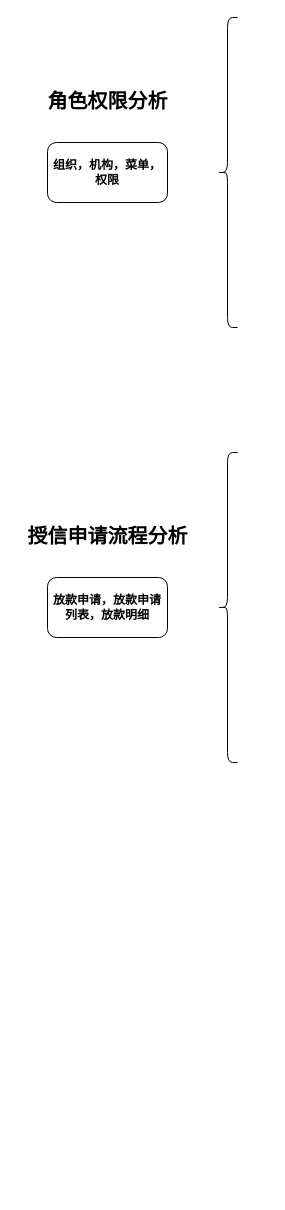
This is 宇信授信系统.drawio from yujiabin-fooler/java-architecture-diagram, a draw.io file, before an edit. Source tidied: cells renumbered, new cells numbered last; positions are measured from the earlier drawing's top-left corner, leaving out a move shared by most shapes. Both pictures are drawn from the tidied source at 100%, with x=0, y=0 at pixel (17, 17).
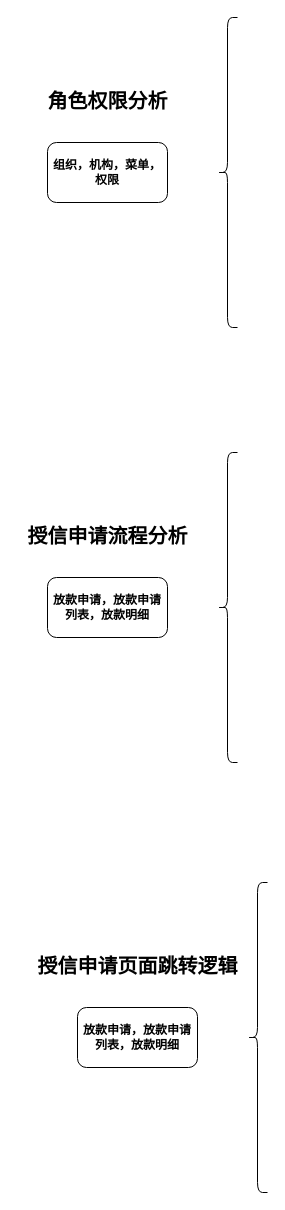
The same page after the edit.

Commit message:
更新宇信授信系统.drawio

Change to the diagram source:
```diff
@@
 <mxGraphModel>
   <root>
     <mxCell id="0" />
     <mxCell id="1" parent="0" />
     <mxCell id="2" value="&lt;b&gt;&lt;font style=&quot;font-size: 20px;&quot;&gt;角色权限分析&lt;/font&gt;&lt;/b&gt;&lt;div&gt;&lt;b&gt;&lt;font style=&quot;font-size: 20px;&quot;&gt;&lt;br&gt;&lt;/font&gt;&lt;/b&gt;&lt;/div&gt;&lt;div&gt;&lt;b&gt;&lt;font style=&quot;font-size: 20px;&quot;&gt;&lt;br&gt;&lt;/font&gt;&lt;/b&gt;&lt;/div&gt;&lt;div&gt;&lt;br&gt;&lt;/div&gt;" style="text;html=1;align=center;verticalAlign=middle;strokeColor=none;fillColor=none;" parent="1" vertex="1">
       <mxGeometry x="20" y="65" width="140" height="100" as="geometry" />
     </mxCell>
     <mxCell id="3" value="&lt;b&gt;组织，机构，菜单，权限&lt;/b&gt;" style="rounded=1;whiteSpace=wrap;html=1;" parent="1" vertex="1">
       <mxGeometry x="30" y="125" width="120" height="60" as="geometry" />
     </mxCell>
     <mxCell id="4" style="shape=curlyBracket;whiteSpace=wrap;html=1;rounded=1;labelPosition=left;verticalLabelPosition=middle;align=right;verticalAlign=middle;" parent="1" vertex="1">
       <mxGeometry x="200" width="20" height="310" as="geometry" />
     </mxCell>
     <mxCell id="5" value="&lt;b&gt;&lt;font style=&quot;font-size: 20px;&quot;&gt;授信申请流程分析&lt;/font&gt;&lt;/b&gt;&lt;div&gt;&lt;b&gt;&lt;font style=&quot;font-size: 20px;&quot;&gt;&lt;br&gt;&lt;/font&gt;&lt;/b&gt;&lt;/div&gt;&lt;div&gt;&lt;b&gt;&lt;font style=&quot;font-size: 20px;&quot;&gt;&lt;br&gt;&lt;/font&gt;&lt;/b&gt;&lt;/div&gt;&lt;div&gt;&lt;br&gt;&lt;/div&gt;" style="text;html=1;align=center;verticalAlign=middle;strokeColor=none;fillColor=none;" parent="1" vertex="1">
       <mxGeometry y="500" width="180" height="100" as="geometry" />
     </mxCell>
     <mxCell id="6" value="&lt;b&gt;放款申请，放款申请列表，放款明细&lt;/b&gt;" style="rounded=1;whiteSpace=wrap;html=1;" parent="1" vertex="1">
       <mxGeometry x="30" y="560" width="120" height="60" as="geometry" />
     </mxCell>
     <mxCell id="7" style="shape=curlyBracket;whiteSpace=wrap;html=1;rounded=1;labelPosition=left;verticalLabelPosition=middle;align=right;verticalAlign=middle;" parent="1" vertex="1">
       <mxGeometry x="200" y="435" width="20" height="310" as="geometry" />
     </mxCell>
+    <mxCell id="8" value="&lt;b&gt;&lt;font style=&quot;font-size: 20px;&quot;&gt;授信申请页面跳转逻辑&lt;/font&gt;&lt;/b&gt;&lt;div&gt;&lt;b&gt;&lt;font style=&quot;font-size: 20px;&quot;&gt;&lt;br&gt;&lt;/font&gt;&lt;/b&gt;&lt;/div&gt;&lt;div&gt;&lt;b&gt;&lt;font style=&quot;font-size: 20px;&quot;&gt;&lt;br&gt;&lt;/font&gt;&lt;/b&gt;&lt;/div&gt;&lt;div&gt;&lt;br&gt;&lt;/div&gt;" style="text;html=1;align=center;verticalAlign=middle;strokeColor=none;fillColor=none;" parent="1" vertex="1">
+      <mxGeometry x="10" y="930" width="220" height="100" as="geometry" />
+    </mxCell>
+    <mxCell id="9" value="&lt;b&gt;放款申请，放款申请列表，放款明细&lt;/b&gt;" style="rounded=1;whiteSpace=wrap;html=1;" parent="1" vertex="1">
+      <mxGeometry x="60" y="990" width="120" height="60" as="geometry" />
+    </mxCell>
+    <mxCell id="10" style="shape=curlyBracket;whiteSpace=wrap;html=1;rounded=1;labelPosition=left;verticalLabelPosition=middle;align=right;verticalAlign=middle;" parent="1" vertex="1">
+      <mxGeometry x="230" y="865" width="20" height="310" as="geometry" />
+    </mxCell>
   </root>
 </mxGraphModel>
```
